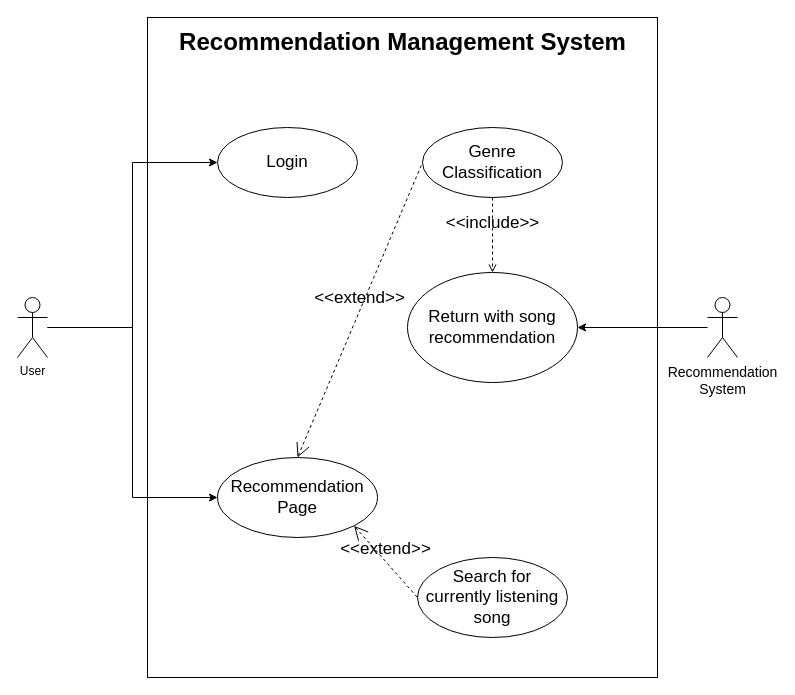
Before: Diagrams/io files/RM-UCD.drawio in Moonholiday/OniMusic-Misc, a draw.io diagram. Source tidied: cells renumbered, new cells numbered last; positions are measured from the earlier drawing's top-left corner, leaving out a move shared by most shapes. Both pictures are drawn from the tidied source at 100%, with x=0, y=0 at pixel (17, 17).
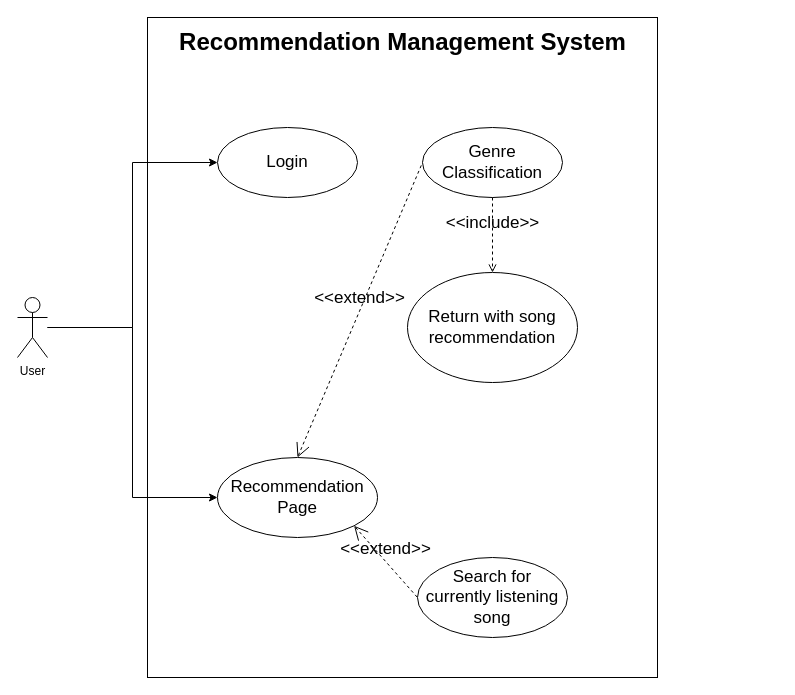
After the change.

Change to the diagram source:
```diff
@@
 <mxGraphModel>
   <root>
     <mxCell id="0" />
     <mxCell id="1" parent="0" />
     <mxCell id="2" style="rounded=0;whiteSpace=wrap;html=1;" parent="1" vertex="1">
       <mxGeometry x="130" width="510" height="660" as="geometry" />
     </mxCell>
     <mxCell id="3" value="Recommendation Management System" style="text;strokeColor=none;fillColor=none;html=1;fontSize=24;fontStyle=1;verticalAlign=middle;align=center;" parent="1" vertex="1">
       <mxGeometry x="136.2" width="497.5" height="50" as="geometry" />
     </mxCell>
     <mxCell id="4" value="&lt;font style=&quot;font-size: 17px&quot;&gt;Login&lt;/font&gt;" style="ellipse;whiteSpace=wrap;html=1;" parent="1" vertex="1">
       <mxGeometry x="200" y="110" width="140" height="70" as="geometry" />
     </mxCell>
     <mxCell id="5" style="edgeStyle=orthogonalEdgeStyle;rounded=0;jettySize=auto;html=1;entryX=0;entryY=0.5;entryDx=0;entryDy=0;fontSize=14;" parent="1" edge="1" source="7" target="4">
       <mxGeometry relative="1" as="geometry" />
     </mxCell>
     <mxCell id="6" style="edgeStyle=orthogonalEdgeStyle;rounded=0;jettySize=auto;html=1;entryX=0;entryY=0.5;entryDx=0;entryDy=0;fontSize=14;" parent="1" edge="1" source="7" target="8">
       <mxGeometry relative="1" as="geometry" />
     </mxCell>
     <mxCell id="7" value="User" style="shape=umlActor;html=1;verticalLabelPosition=bottom;verticalAlign=top;align=center;" parent="1" vertex="1">
       <mxGeometry y="280" width="30" height="60" as="geometry" />
     </mxCell>
     <mxCell id="8" value="&lt;font style=&quot;font-size: 17px&quot;&gt;Recommendation Page&lt;/font&gt;" style="ellipse;whiteSpace=wrap;html=1;" parent="1" vertex="1">
       <mxGeometry x="200" y="440" width="160" height="80" as="geometry" />
     </mxCell>
-    <mxCell id="9" style="edgeStyle=orthogonalEdgeStyle;rounded=0;jettySize=auto;html=1;entryX=1;entryY=0.5;entryDx=0;entryDy=0;fontSize=17;" parent="1" edge="1" source="10" target="15">
-      <mxGeometry relative="1" as="geometry" />
-    </mxCell>
-    <mxCell id="10" value="Recommendation&lt;br&gt;System" style="shape=umlActor;verticalLabelPosition=bottom;verticalAlign=top;html=1;outlineConnect=0;fontSize=14;" parent="1" vertex="1">
-      <mxGeometry x="690" y="280" width="30" height="60" as="geometry" />
-    </mxCell>
     <mxCell id="11" value="Genre Classification" style="ellipse;whiteSpace=wrap;html=1;fontSize=17;" parent="1" vertex="1">
       <mxGeometry x="405" y="110" width="140" height="70" as="geometry" />
     </mxCell>
     <mxCell id="12" value="&amp;lt;&amp;lt;extend&amp;gt;&amp;gt;" style="edgeStyle=none;html=1;startArrow=open;endArrow=none;startSize=12;verticalAlign=bottom;dashed=1;labelBackgroundColor=none;rounded=0;fontSize=17;exitX=0.5;exitY=0;exitDx=0;exitDy=0;entryX=0;entryY=0.5;entryDx=0;entryDy=0;" parent="1" edge="1" source="8" target="11">
       <mxGeometry relative="1" as="geometry" />
     </mxCell>
     <mxCell id="13" value="Search for currently listening song" style="ellipse;whiteSpace=wrap;html=1;fontSize=17;" parent="1" vertex="1">
       <mxGeometry x="400" y="540" width="150" height="80" as="geometry" />
     </mxCell>
     <mxCell id="14" value="&amp;lt;&amp;lt;extend&amp;gt;&amp;gt;" style="edgeStyle=none;html=1;startArrow=open;endArrow=none;startSize=12;verticalAlign=bottom;dashed=1;labelBackgroundColor=none;rounded=0;fontSize=17;entryX=0;entryY=0.5;entryDx=0;entryDy=0;exitX=1;exitY=1;exitDx=0;exitDy=0;" parent="1" edge="1" source="8" target="13">
       <mxGeometry relative="1" as="geometry" />
     </mxCell>
     <mxCell id="15" value="&lt;font style=&quot;font-size: 17px&quot;&gt;Return with song recommendation&lt;/font&gt;" style="ellipse;whiteSpace=wrap;html=1;" parent="1" vertex="1">
       <mxGeometry x="390" y="255" width="170" height="110" as="geometry" />
     </mxCell>
     <mxCell id="16" value="&amp;lt;&amp;lt;include&amp;gt;&amp;gt;" style="edgeStyle=none;html=1;endArrow=open;verticalAlign=bottom;dashed=1;labelBackgroundColor=none;rounded=0;fontSize=17;exitX=0.5;exitY=1;exitDx=0;exitDy=0;" parent="1" edge="1" source="11" target="15">
       <mxGeometry relative="1" as="geometry" />
     </mxCell>
   </root>
 </mxGraphModel>
```
